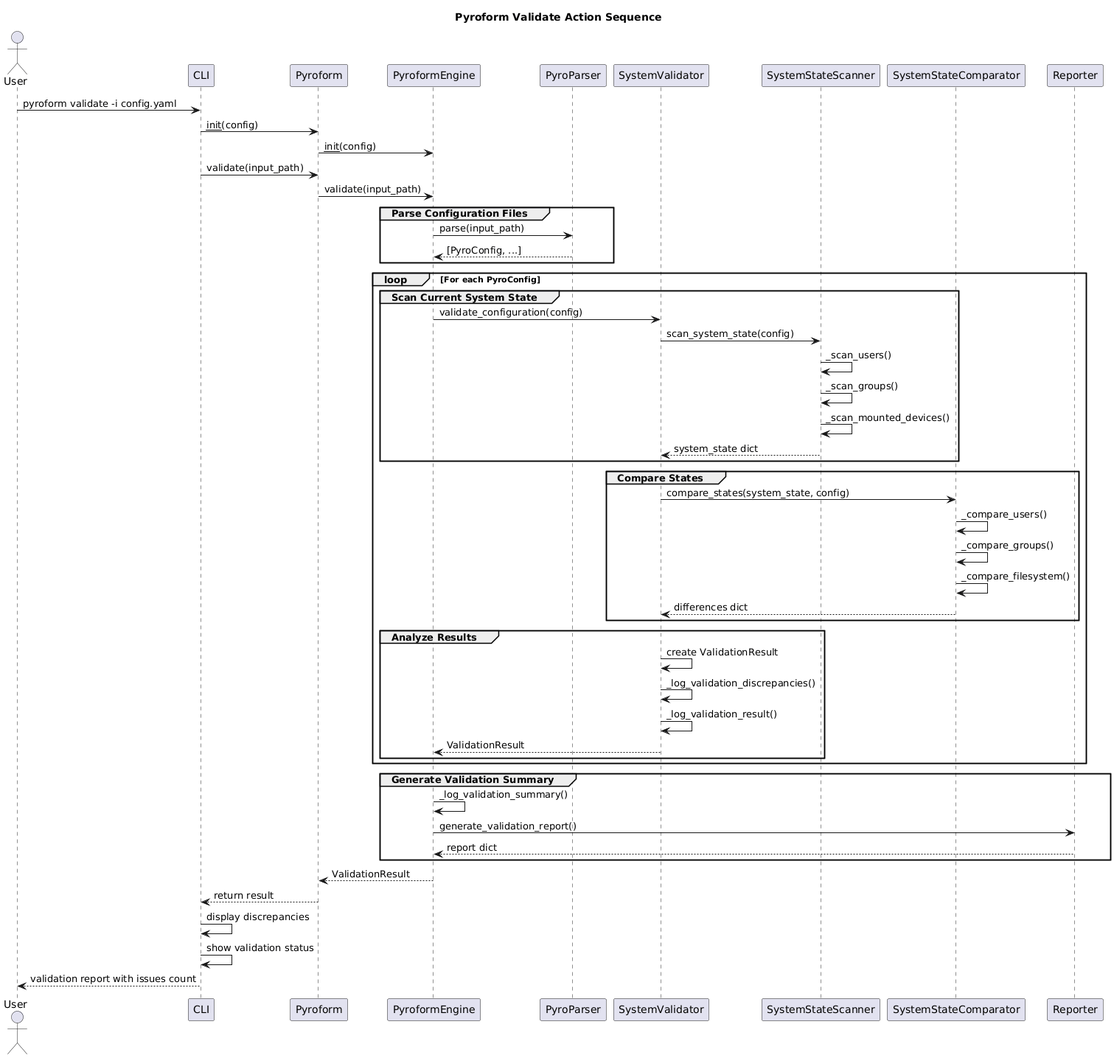
Del-Tango/Pyroform keeps this PlantUML diagram as pyroform/dox/Diagrams/pyroform_action_validate_sequence.png. Above is the earlier version.
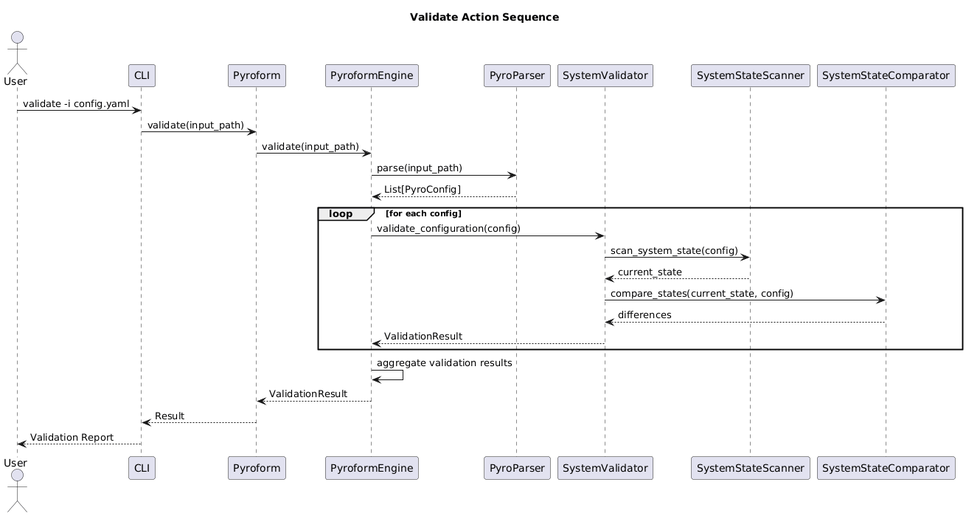
After the change.

Diff of the diagram source:
```diff
@@ -1,5 +1,5 @@
 @startuml
-title Pyroform Validate Action Sequence
+title Validate Action Sequence
 
 actor User
 participant CLI
@@ -9,55 +9,24 @@
 participant SystemValidator
 participant SystemStateScanner
 participant SystemStateComparator
-participant Reporter
 
-User -> CLI: pyroform validate -i config.yaml
-CLI -> Pyroform: __init__(config)
-Pyroform -> PyroformEngine: __init__(config)
-
+User -> CLI: validate -i config.yaml
 CLI -> Pyroform: validate(input_path)
 Pyroform -> PyroformEngine: validate(input_path)
+PyroformEngine -> PyroParser: parse(input_path)
+PyroParser --> PyroformEngine: List[PyroConfig]
 
-group Parse Configuration Files
-    PyroformEngine -> PyroParser: parse(input_path)
-    PyroParser --> PyroformEngine: [PyroConfig, ...]
+loop for each config
+  PyroformEngine -> SystemValidator: validate_configuration(config)
+  SystemValidator -> SystemStateScanner: scan_system_state(config)
+  SystemStateScanner --> SystemValidator: current_state
+  SystemValidator -> SystemStateComparator: compare_states(current_state, config)
+  SystemStateComparator --> SystemValidator: differences
+  SystemValidator --> PyroformEngine: ValidationResult
 end
 
-loop For each PyroConfig
-    group Scan Current System State
-        PyroformEngine -> SystemValidator: validate_configuration(config)
-        SystemValidator -> SystemStateScanner: scan_system_state(config)
-        SystemStateScanner -> SystemStateScanner: _scan_users()
-        SystemStateScanner -> SystemStateScanner: _scan_groups()
-        SystemStateScanner -> SystemStateScanner: _scan_mounted_devices()
-        SystemStateScanner --> SystemValidator: system_state dict
-    end
-
-    group Compare States
-        SystemValidator -> SystemStateComparator: compare_states(system_state, config)
-        SystemStateComparator -> SystemStateComparator: _compare_users()
-        SystemStateComparator -> SystemStateComparator: _compare_groups()
-        SystemStateComparator -> SystemStateComparator: _compare_filesystem()
-        SystemStateComparator --> SystemValidator: differences dict
-    end
-
-    group Analyze Results
-        SystemValidator -> SystemValidator: create ValidationResult
-        SystemValidator -> SystemValidator: _log_validation_discrepancies()
-        SystemValidator -> SystemValidator: _log_validation_result()
-        SystemValidator --> PyroformEngine: ValidationResult
-    end
-end
-
-group Generate Validation Summary
-    PyroformEngine -> PyroformEngine: _log_validation_summary()
-    PyroformEngine -> Reporter: generate_validation_report()
-    Reporter --> PyroformEngine: report dict
-end
-
+PyroformEngine -> PyroformEngine: aggregate validation results
 PyroformEngine --> Pyroform: ValidationResult
-Pyroform --> CLI: return result
-CLI -> CLI: display discrepancies
-CLI -> CLI: show validation status
-CLI --> User: validation report with issues count
+Pyroform --> CLI: Result
+CLI --> User: Validation Report
 @enduml
```
